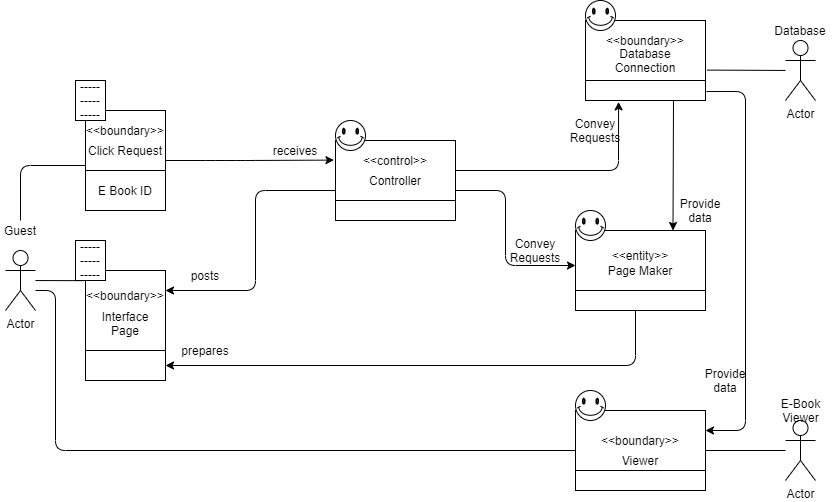
Before: docs/DomainModels/diagrams/DM-UC-11.png, a diagram exported from draw.io (youngkwon02/Enhanced-library-management). Source tidied: cells renumbered, new cells last; positions are measured from the earlier drawing's top-left corner, leaving out a move shared by most shapes. Source of this version:
```xml
<mxGraphModel>
  <root>
    <mxCell id="0" />
    <mxCell id="1" parent="0" />
    <mxCell id="2" style="shape=internalStorage;whiteSpace=wrap;html=1;backgroundOutline=1;dx=130;dy=60;" parent="1" vertex="1">
      <mxGeometry x="575" y="410" width="130" height="80" as="geometry" />
    </mxCell>
    <mxCell id="3" style="shape=internalStorage;whiteSpace=wrap;html=1;backgroundOutline=1;dx=130;dy=60;" parent="1" vertex="1">
      <mxGeometry x="575" y="230" width="130" height="80" as="geometry" />
    </mxCell>
    <mxCell id="4" style="verticalLabelPosition=bottom;verticalAlign=top;html=1;shape=mxgraph.basic.smiley;" parent="1" vertex="1">
      <mxGeometry x="575" y="390" width="30" height="30" as="geometry" />
    </mxCell>
    <mxCell id="5" style="shape=internalStorage;whiteSpace=wrap;html=1;backgroundOutline=1;dx=120;dy=60;" parent="1" vertex="1">
      <mxGeometry x="585" y="20" width="120" height="80" as="geometry" />
    </mxCell>
    <mxCell id="6" style="verticalLabelPosition=bottom;verticalAlign=top;html=1;shape=mxgraph.basic.smiley;" parent="1" vertex="1">
      <mxGeometry x="585" width="30" height="30" as="geometry" />
    </mxCell>
    <mxCell id="7" style="shape=internalStorage;whiteSpace=wrap;html=1;backgroundOutline=1;dx=120;dy=60;" parent="1" vertex="1">
      <mxGeometry x="335" y="140" width="120" height="80" as="geometry" />
    </mxCell>
    <mxCell id="8" style="shape=internalStorage;whiteSpace=wrap;html=1;backgroundOutline=1;dx=80;dy=80;" parent="1" vertex="1">
      <mxGeometry x="85" y="270" width="80" height="110" as="geometry" />
    </mxCell>
    <mxCell id="9" style="shape=internalStorage;whiteSpace=wrap;html=1;backgroundOutline=1;dx=80;dy=60;" parent="1" vertex="1">
      <mxGeometry x="85" y="110" width="80" height="100" as="geometry" />
    </mxCell>
    <mxCell id="10" value="Actor" style="shape=umlActor;verticalLabelPosition=bottom;verticalAlign=top;html=1;outlineConnect=0;" parent="1" vertex="1">
      <mxGeometry x="5" y="250" width="30" height="60" as="geometry" />
    </mxCell>
    <mxCell id="11" value="Guest" style="text;html=1;strokeColor=none;fillColor=none;align=center;verticalAlign=middle;whiteSpace=wrap;rounded=0;" parent="1" vertex="1">
      <mxGeometry y="220" width="40" height="20" as="geometry" />
    </mxCell>
    <mxCell id="12" value="Interface Page" style="text;html=1;strokeColor=none;fillColor=none;align=center;verticalAlign=middle;whiteSpace=wrap;rounded=0;" parent="1" vertex="1">
      <mxGeometry x="105" y="310" width="40" height="25" as="geometry" />
    </mxCell>
    <mxCell id="13" value="Controller" style="text;html=1;strokeColor=none;fillColor=none;align=center;verticalAlign=middle;whiteSpace=wrap;rounded=0;" parent="1" vertex="1">
      <mxGeometry x="375" y="170" width="40" height="20" as="geometry" />
    </mxCell>
    <mxCell id="14" value="Page Maker" style="text;html=1;strokeColor=none;fillColor=none;align=center;verticalAlign=middle;whiteSpace=wrap;rounded=0;" parent="1" vertex="1">
      <mxGeometry x="600" y="260" width="80" height="20" as="geometry" />
    </mxCell>
    <mxCell id="15" value="Database Connection" style="text;html=1;strokeColor=none;fillColor=none;align=center;verticalAlign=middle;whiteSpace=wrap;rounded=0;" parent="1" vertex="1">
      <mxGeometry x="625" y="50" width="40" height="20" as="geometry" />
    </mxCell>
    <mxCell id="16" style="endArrow=classic;html=1;entryX=-0.013;entryY=0.12;entryDx=0;entryDy=0;entryPerimeter=0;" parent="1" edge="1">
      <mxGeometry relative="1" as="geometry">
        <mxPoint x="165" y="160" as="sourcePoint" />
        <mxPoint x="333.4" y="159.6" as="targetPoint" />
        <Array as="points">
          <mxPoint x="215" y="160" />
          <mxPoint x="245" y="160" />
        </Array>
      </mxGeometry>
    </mxCell>
    <mxCell id="17" style="endArrow=classic;html=1;entryX=1;entryY=0.25;entryDx=0;entryDy=0;" parent="1" edge="1">
      <mxGeometry relative="1" as="geometry">
        <mxPoint x="335" y="190" as="sourcePoint" />
        <mxPoint x="165" y="290" as="targetPoint" />
        <Array as="points">
          <mxPoint x="255" y="190" />
          <mxPoint x="255" y="290" />
        </Array>
      </mxGeometry>
    </mxCell>
    <mxCell id="18" style="endArrow=classic;html=1;entryX=1;entryY=0.875;entryDx=0;entryDy=0;entryPerimeter=0;" parent="1" edge="1">
      <mxGeometry relative="1" as="geometry">
        <mxPoint x="635" y="310" as="sourcePoint" />
        <mxPoint x="165" y="365" as="targetPoint" />
        <Array as="points">
          <mxPoint x="635" y="365" />
        </Array>
      </mxGeometry>
    </mxCell>
    <mxCell id="19" style="endArrow=classic;html=1;exitX=1;exitY=0.25;exitDx=0;exitDy=0;entryX=0.109;entryY=1.023;entryDx=0;entryDy=0;entryPerimeter=0;" parent="1" edge="1">
      <mxGeometry relative="1" as="geometry">
        <mxPoint x="455" y="170" as="sourcePoint" />
        <mxPoint x="618.1" y="101.4" as="targetPoint" />
        <Array as="points">
          <mxPoint x="618" y="170" />
        </Array>
      </mxGeometry>
    </mxCell>
    <mxCell id="20" style="endArrow=classic;html=1;entryX=0.75;entryY=0;entryDx=0;entryDy=0;" parent="1" edge="1" target="3">
      <mxGeometry relative="1" as="geometry">
        <mxPoint x="673" y="100" as="sourcePoint" />
      </mxGeometry>
    </mxCell>
    <mxCell id="21" style="endArrow=classic;html=1;entryX=0;entryY=0.25;entryDx=0;entryDy=0;exitX=1;exitY=0.5;exitDx=0;exitDy=0;" parent="1" edge="1">
      <mxGeometry relative="1" as="geometry">
        <mxPoint x="455" y="190" as="sourcePoint" />
        <mxPoint x="575" y="265" as="targetPoint" />
        <Array as="points">
          <mxPoint x="505" y="190" />
          <mxPoint x="505" y="265" />
        </Array>
      </mxGeometry>
    </mxCell>
    <mxCell id="22" value="receives" style="text;html=1;strokeColor=none;fillColor=none;align=center;verticalAlign=middle;whiteSpace=wrap;rounded=0;" parent="1" vertex="1">
      <mxGeometry x="275" y="140" width="40" height="20" as="geometry" />
    </mxCell>
    <mxCell id="23" value="posts" style="text;html=1;strokeColor=none;fillColor=none;align=center;verticalAlign=middle;whiteSpace=wrap;rounded=0;" parent="1" vertex="1">
      <mxGeometry x="185" y="265" width="40" height="20" as="geometry" />
    </mxCell>
    <mxCell id="24" value="prepares" style="text;html=1;strokeColor=none;fillColor=none;align=center;verticalAlign=middle;whiteSpace=wrap;rounded=0;" parent="1" vertex="1">
      <mxGeometry x="185" y="340" width="40" height="20" as="geometry" />
    </mxCell>
    <mxCell id="25" value="Convey Requests" style="text;html=1;strokeColor=none;fillColor=none;align=center;verticalAlign=middle;whiteSpace=wrap;rounded=0;" parent="1" vertex="1">
      <mxGeometry x="515" y="240" width="40" height="20" as="geometry" />
    </mxCell>
    <mxCell id="26" value="Convey Requests" style="text;html=1;strokeColor=none;fillColor=none;align=center;verticalAlign=middle;whiteSpace=wrap;rounded=0;" parent="1" vertex="1">
      <mxGeometry x="575" y="120" width="40" height="20" as="geometry" />
    </mxCell>
    <mxCell id="27" value="Provide data" style="text;html=1;strokeColor=none;fillColor=none;align=center;verticalAlign=middle;whiteSpace=wrap;rounded=0;" parent="1" vertex="1">
      <mxGeometry x="680" y="200" width="40" height="20" as="geometry" />
    </mxCell>
    <mxCell id="28" style="endArrow=none;html=1;exitX=0.5;exitY=0;exitDx=0;exitDy=0;entryX=0;entryY=0.5;entryDx=0;entryDy=0;" parent="1" edge="1" source="11">
      <mxGeometry relative="1" as="geometry">
        <mxPoint x="85" y="165" as="targetPoint" />
        <Array as="points">
          <mxPoint x="20" y="165" />
        </Array>
      </mxGeometry>
    </mxCell>
    <mxCell id="29" style="endArrow=none;html=1;entryX=-0.028;entryY=0.168;entryDx=0;entryDy=0;entryPerimeter=0;" parent="1" edge="1" source="10">
      <mxGeometry relative="1" as="geometry">
        <mxPoint x="82.8" y="280.2" as="targetPoint" />
      </mxGeometry>
    </mxCell>
    <mxCell id="30" style="verticalLabelPosition=bottom;verticalAlign=top;html=1;shape=mxgraph.basic.smiley;" parent="1" vertex="1">
      <mxGeometry x="335" y="120" width="30" height="30" as="geometry" />
    </mxCell>
    <mxCell id="31" value="&amp;lt;&amp;lt;control&amp;gt;&amp;gt;" style="text;html=1;strokeColor=none;fillColor=none;align=center;verticalAlign=middle;whiteSpace=wrap;rounded=0;" parent="1" vertex="1">
      <mxGeometry x="375" y="150" width="40" height="20" as="geometry" />
    </mxCell>
    <mxCell id="32" value="&amp;lt;&amp;lt;boundary&amp;gt;&amp;gt;" style="text;html=1;strokeColor=none;fillColor=none;align=center;verticalAlign=middle;whiteSpace=wrap;rounded=0;" parent="1" vertex="1">
      <mxGeometry x="105" y="120" width="40" height="20" as="geometry" />
    </mxCell>
    <mxCell id="33" value="&amp;lt;&amp;lt;boundary&amp;gt;&amp;gt;" style="text;html=1;strokeColor=none;fillColor=none;align=center;verticalAlign=middle;whiteSpace=wrap;rounded=0;" parent="1" vertex="1">
      <mxGeometry x="105" y="285" width="40" height="20" as="geometry" />
    </mxCell>
    <mxCell id="34" value="E Book ID" style="text;html=1;strokeColor=none;fillColor=none;align=center;verticalAlign=middle;whiteSpace=wrap;rounded=0;" parent="1" vertex="1">
      <mxGeometry x="85" y="180" width="80" height="20" as="geometry" />
    </mxCell>
    <mxCell id="35" value="Click Request" style="text;html=1;strokeColor=none;fillColor=none;align=center;verticalAlign=middle;whiteSpace=wrap;rounded=0;" parent="1" vertex="1">
      <mxGeometry x="85" y="140" width="80" height="20" as="geometry" />
    </mxCell>
    <mxCell id="36" value="&amp;lt;&amp;lt;boundary&amp;gt;&amp;gt;" style="text;html=1;strokeColor=none;fillColor=none;align=center;verticalAlign=middle;whiteSpace=wrap;rounded=0;" parent="1" vertex="1">
      <mxGeometry x="625" y="30" width="40" height="20" as="geometry" />
    </mxCell>
    <mxCell id="37" value="&amp;lt;&amp;lt;entity&amp;gt;&amp;gt;" style="text;html=1;strokeColor=none;fillColor=none;align=center;verticalAlign=middle;whiteSpace=wrap;rounded=0;" parent="1" vertex="1">
      <mxGeometry x="620" y="245" width="40" height="20" as="geometry" />
    </mxCell>
    <mxCell id="38" value="Actor" style="shape=umlActor;verticalLabelPosition=bottom;verticalAlign=top;html=1;outlineConnect=0;" parent="1" vertex="1">
      <mxGeometry x="785" y="40" width="30" height="60" as="geometry" />
    </mxCell>
    <mxCell id="39" value="Database" style="text;html=1;strokeColor=none;fillColor=none;align=center;verticalAlign=middle;whiteSpace=wrap;rounded=0;" parent="1" vertex="1">
      <mxGeometry x="780" y="20" width="40" height="20" as="geometry" />
    </mxCell>
    <mxCell id="40" style="endArrow=none;html=1;exitX=1.015;exitY=0.62;exitDx=0;exitDy=0;exitPerimeter=0;" parent="1" edge="1" source="5" target="38">
      <mxGeometry relative="1" as="geometry" />
    </mxCell>
    <mxCell id="41" value="-----&lt;br&gt;-----&lt;br&gt;-----" style="whiteSpace=wrap;html=1;align=center;" parent="1" vertex="1">
      <mxGeometry x="75" y="80" width="30" height="40" as="geometry" />
    </mxCell>
    <mxCell id="42" value="-----&lt;br&gt;-----&lt;br&gt;-----" style="whiteSpace=wrap;html=1;align=center;" parent="1" vertex="1">
      <mxGeometry x="75" y="240" width="30" height="40" as="geometry" />
    </mxCell>
    <mxCell id="43" value="&amp;lt;&amp;lt;boundary&amp;gt;&amp;gt;" style="text;html=1;strokeColor=none;fillColor=none;align=center;verticalAlign=middle;whiteSpace=wrap;rounded=0;" parent="1" vertex="1">
      <mxGeometry x="620" y="430" width="40" height="20" as="geometry" />
    </mxCell>
    <mxCell id="44" value="Viewer" style="text;html=1;strokeColor=none;fillColor=none;align=center;verticalAlign=middle;whiteSpace=wrap;rounded=0;" parent="1" vertex="1">
      <mxGeometry x="620" y="450" width="40" height="20" as="geometry" />
    </mxCell>
    <mxCell id="45" value="Actor" style="shape=umlActor;verticalLabelPosition=bottom;verticalAlign=top;html=1;" parent="1" vertex="1">
      <mxGeometry x="785" y="420" width="30" height="60" as="geometry" />
    </mxCell>
    <mxCell id="46" value="E-Book Viewer" style="text;html=1;strokeColor=none;fillColor=none;align=center;verticalAlign=middle;whiteSpace=wrap;rounded=0;" parent="1" vertex="1">
      <mxGeometry x="767.5" y="400" width="65" height="20" as="geometry" />
    </mxCell>
    <mxCell id="47" style="endArrow=classic;html=1;exitX=1.008;exitY=0.888;exitDx=0;exitDy=0;exitPerimeter=0;entryX=1;entryY=0.25;entryDx=0;entryDy=0;" parent="1" edge="1" source="5" target="2">
      <mxGeometry relative="1" as="geometry">
        <Array as="points">
          <mxPoint x="745" y="91" />
          <mxPoint x="745" y="430" />
        </Array>
      </mxGeometry>
    </mxCell>
    <mxCell id="48" value="Provide data" style="text;html=1;strokeColor=none;fillColor=none;align=center;verticalAlign=middle;whiteSpace=wrap;rounded=0;" parent="1" vertex="1">
      <mxGeometry x="705" y="370" width="40" height="20" as="geometry" />
    </mxCell>
    <mxCell id="49" style="endArrow=none;html=1;" parent="1" edge="1" source="2">
      <mxGeometry relative="1" as="geometry">
        <mxPoint x="785" y="450" as="targetPoint" />
      </mxGeometry>
    </mxCell>
    <mxCell id="50" style="endArrow=none;html=1;entryX=0;entryY=0.5;entryDx=0;entryDy=0;" parent="1" edge="1" target="2">
      <mxGeometry relative="1" as="geometry">
        <mxPoint x="35" y="290" as="sourcePoint" />
        <Array as="points">
          <mxPoint x="55" y="290" />
          <mxPoint x="55" y="450" />
        </Array>
      </mxGeometry>
    </mxCell>
    <mxCell id="51" style="verticalLabelPosition=bottom;verticalAlign=top;html=1;shape=mxgraph.basic.smiley;" parent="1" vertex="1">
      <mxGeometry x="575" y="210" width="30" height="30" as="geometry" />
    </mxCell>
  </root>
</mxGraphModel>
```
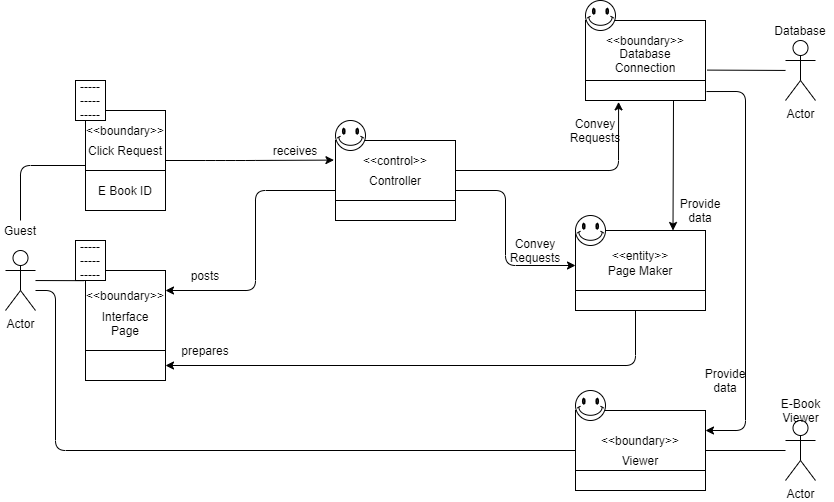
After the commit.

What changed in the source:
```diff
@@ -204,8 +204,8 @@
         </Array>
       </mxGeometry>
     </mxCell>
-    <mxCell id="51" style="verticalLabelPosition=bottom;verticalAlign=top;html=1;shape=mxgraph.basic.smiley;" parent="1" vertex="1">
-      <mxGeometry x="575" y="210" width="30" height="30" as="geometry" />
-    </mxCell>
+    <mxCell id="52" style="verticalLabelPosition=bottom;verticalAlign=top;html=1;shape=mxgraph.basic.smiley;" parent="1" vertex="1">
+      <mxGeometry x="575" y="215" width="30" height="30" as="geometry" />
+    </mxCell>
   </root>
 </mxGraphModel>
```
